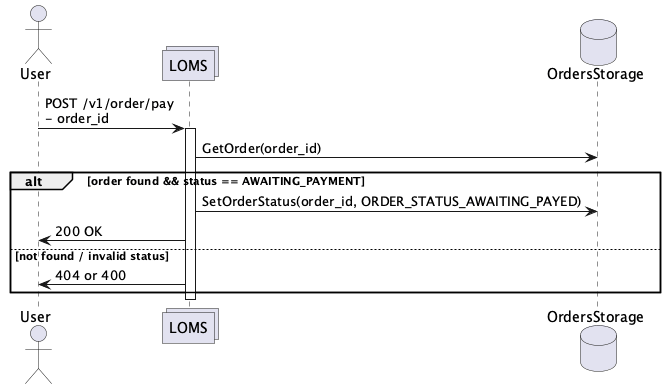
Earlier version of the PlantUML export hw1/docs/img/loms-order-pay.png (igoroutine-courses/microservices.ecommerce_tests).
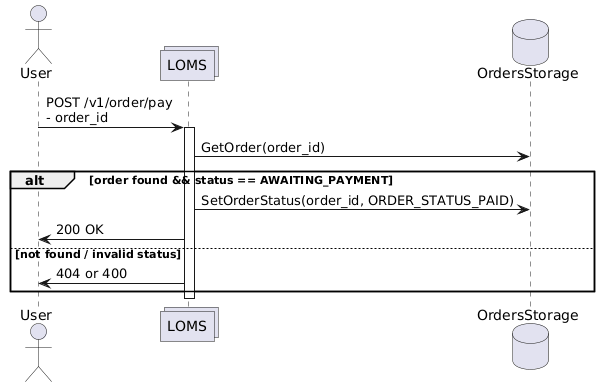
Above is the later version.

What changed in the source:
```diff
@@ -1,5 +1,4 @@
 @startuml
-
 actor User as u
 collections LOMS as l
 database OrdersStorage as os
@@ -8,11 +7,10 @@
 activate l
 l -> os : GetOrder(order_id)
 alt order found && status == AWAITING_PAYMENT
-  l -> os : SetOrderStatus(order_id, ORDER_STATUS_AWAITING_PAYED)
+  l -> os : SetOrderStatus(order_id, ORDER_STATUS_PAID)
   l -> u : 200 OK
 else not found / invalid status
   l -> u : 404 or 400
 end
 deactivate l
-
 @enduml
```
